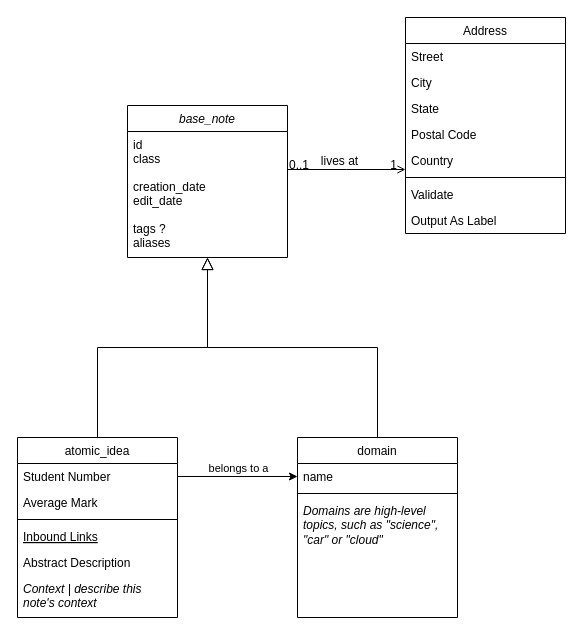
Earlier version of the draw.io diagram Unbenanntes Diagramm.drawio (jaltgen/obsidian-meeting-workflow). Source tidied: cells renumbered, new cells numbered last; positions are measured from the earlier drawing's top-left corner, leaving out a move shared by most shapes. Both pictures are drawn from the tidied source at 100%, with x=0, y=0 at pixel (17, 17).
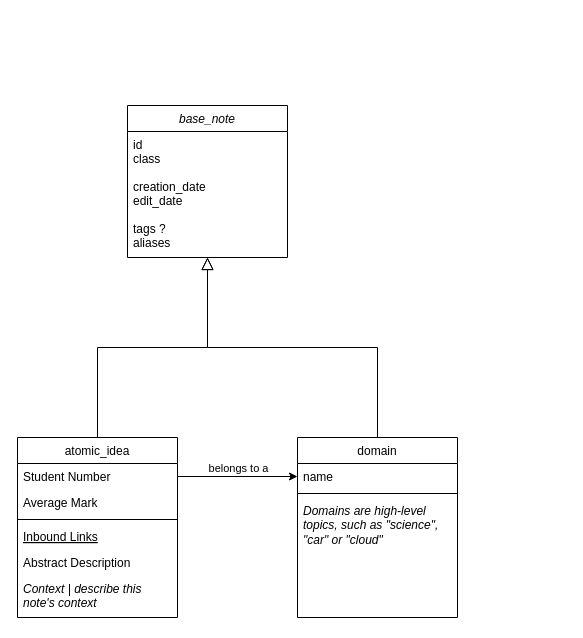
The same page after the edit.

Commit message:
OOPKM_Class_Draft_v01

Unchanged cells that the change refers to:
```xml
<mxCell id="2" value="base_note" style="swimlane;fontStyle=2;align=center;verticalAlign=top;horizontal=1;startSize=26;rounded=0;shadow=0;strokeWidth=1;" parent="1" vertex="1">
  <mxGeometry x="110" y="88" width="160" height="152" as="geometry" />
</mxCell>
```

What changed in the source:
```diff
@@
-    <mxCell id="17" value="Address" style="swimlane;fontStyle=0;align=center;verticalAlign=top;horizontal=1;startSize=26;rounded=0;shadow=0;strokeWidth=1;" parent="1" vertex="1">
-      <mxGeometry x="388" width="160" height="216" as="geometry" />
-    </mxCell>
-    <mxCell id="18" value="Street" style="text;align=left;verticalAlign=top;spacingLeft=4;spacingRight=4;overflow=hidden;" parent="17" vertex="1">
-      <mxGeometry y="26" width="160" height="26" as="geometry" />
-    </mxCell>
-    <mxCell id="19" value="City" style="text;align=left;verticalAlign=top;spacingLeft=4;spacingRight=4;overflow=hidden;rounded=0;shadow=0;html=0;" parent="17" vertex="1">
-      <mxGeometry y="52" width="160" height="26" as="geometry" />
-    </mxCell>
-    <mxCell id="20" value="State" style="text;align=left;verticalAlign=top;spacingLeft=4;spacingRight=4;overflow=hidden;rounded=0;shadow=0;html=0;" parent="17" vertex="1">
-      <mxGeometry y="78" width="160" height="26" as="geometry" />
-    </mxCell>
-    <mxCell id="21" value="Postal Code" style="text;align=left;verticalAlign=top;spacingLeft=4;spacingRight=4;overflow=hidden;rounded=0;shadow=0;html=0;" parent="17" vertex="1">
-      <mxGeometry y="104" width="160" height="26" as="geometry" />
-    </mxCell>
-    <mxCell id="22" value="Country" style="text;align=left;verticalAlign=top;spacingLeft=4;spacingRight=4;overflow=hidden;rounded=0;shadow=0;html=0;" parent="17" vertex="1">
-      <mxGeometry y="130" width="160" height="26" as="geometry" />
-    </mxCell>
-    <mxCell id="23" style="line;html=1;strokeWidth=1;align=left;verticalAlign=middle;spacingTop=-1;spacingLeft=3;spacingRight=3;labelPosition=right;" parent="17" vertex="1">
-      <mxGeometry y="156" width="160" height="8" as="geometry" />
-    </mxCell>
-    <mxCell id="24" value="Validate" style="text;align=left;verticalAlign=top;spacingLeft=4;spacingRight=4;overflow=hidden;" parent="17" vertex="1">
-      <mxGeometry y="164" width="160" height="26" as="geometry" />
-    </mxCell>
-    <mxCell id="25" value="Output As Label" style="text;align=left;verticalAlign=top;spacingLeft=4;spacingRight=4;overflow=hidden;" parent="17" vertex="1">
-      <mxGeometry y="190" width="160" height="26" as="geometry" />
-    </mxCell>
-    <mxCell id="26" style="endArrow=open;shadow=0;strokeWidth=1;rounded=0;endFill=1;edgeStyle=elbowEdgeStyle;elbow=vertical;" parent="1" edge="1" source="2" target="17">
-      <mxGeometry x="0.5" y="41" relative="1" as="geometry">
-        <mxPoint x="-40" y="32" as="offset" />
-      </mxGeometry>
-    </mxCell>
-    <mxCell id="27" value="0..1" style="align=left;verticalAlign=bottom;labelBackgroundColor=none;fontSize=12;" parent="26" vertex="1">
-      <mxGeometry x="-1" relative="1" as="geometry">
-        <mxPoint y="4" as="offset" />
-      </mxGeometry>
-    </mxCell>
-    <mxCell id="28" value="1" style="align=right;verticalAlign=bottom;labelBackgroundColor=none;fontSize=12;" parent="26" vertex="1">
-      <mxGeometry x="1" relative="1" as="geometry">
-        <mxPoint x="-7" y="4" as="offset" />
-      </mxGeometry>
-    </mxCell>
-    <mxCell id="29" value="lives at" style="text;html=1;align=center;verticalAlign=middle;labelBackgroundColor=none;rounded=0;shadow=0;strokeWidth=1;fontSize=12;" parent="26" vertex="1">
-      <mxGeometry x="0.5" y="49" relative="1" as="geometry">
-        <mxPoint x="-38" y="40" as="offset" />
-      </mxGeometry>
-    </mxCell>
```
